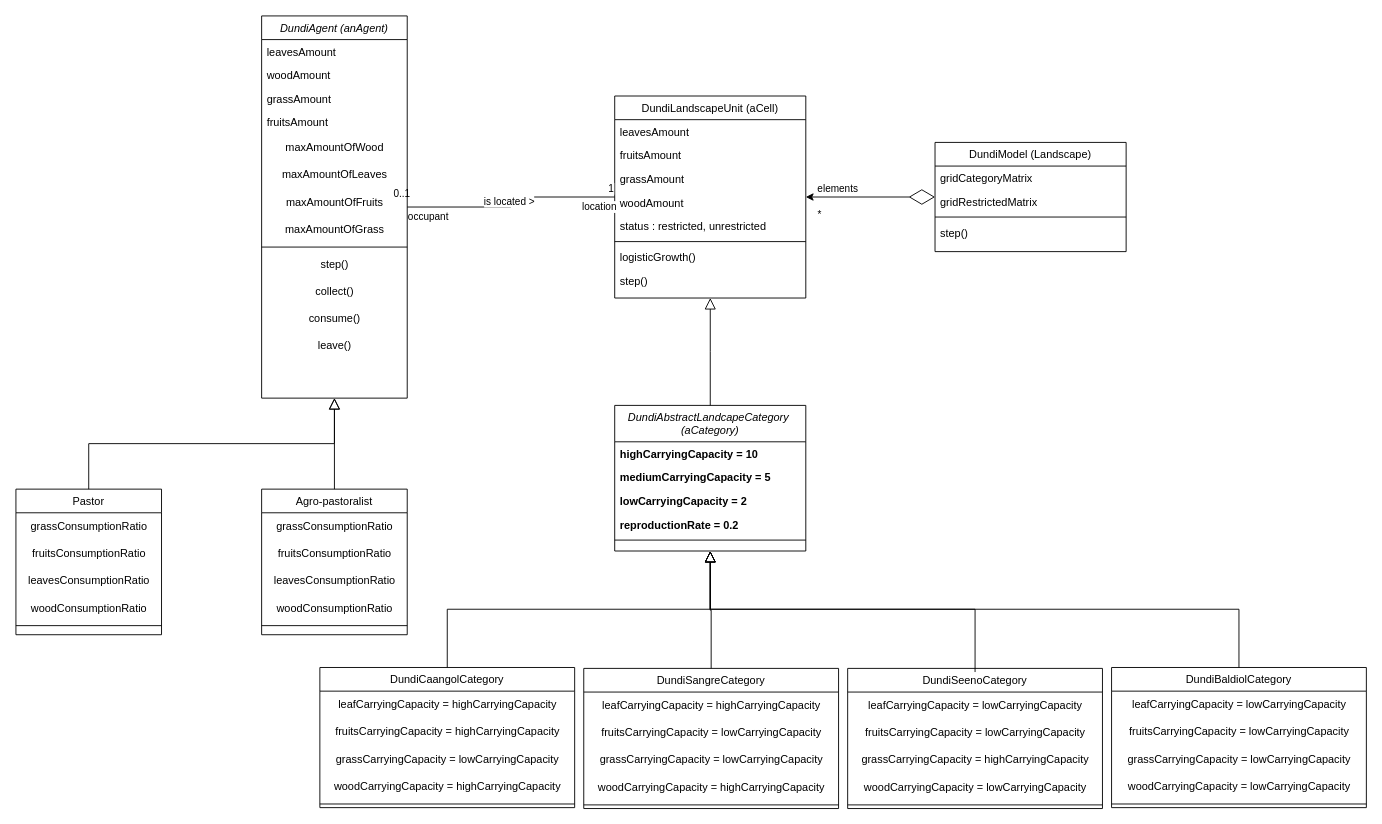
panchovdl/DundiModel keeps this draw.io diagram as page "Page-1" (1 of 5) of DundiV0.drawio. Above is the earlier version. Source tidied: cells renumbered, new cells numbered last; positions are measured from the earlier drawing's top-left corner, leaving out a move shared by most shapes. Both pictures are drawn from the tidied source at 91%, with x=0, y=0 at pixel (15, 15).
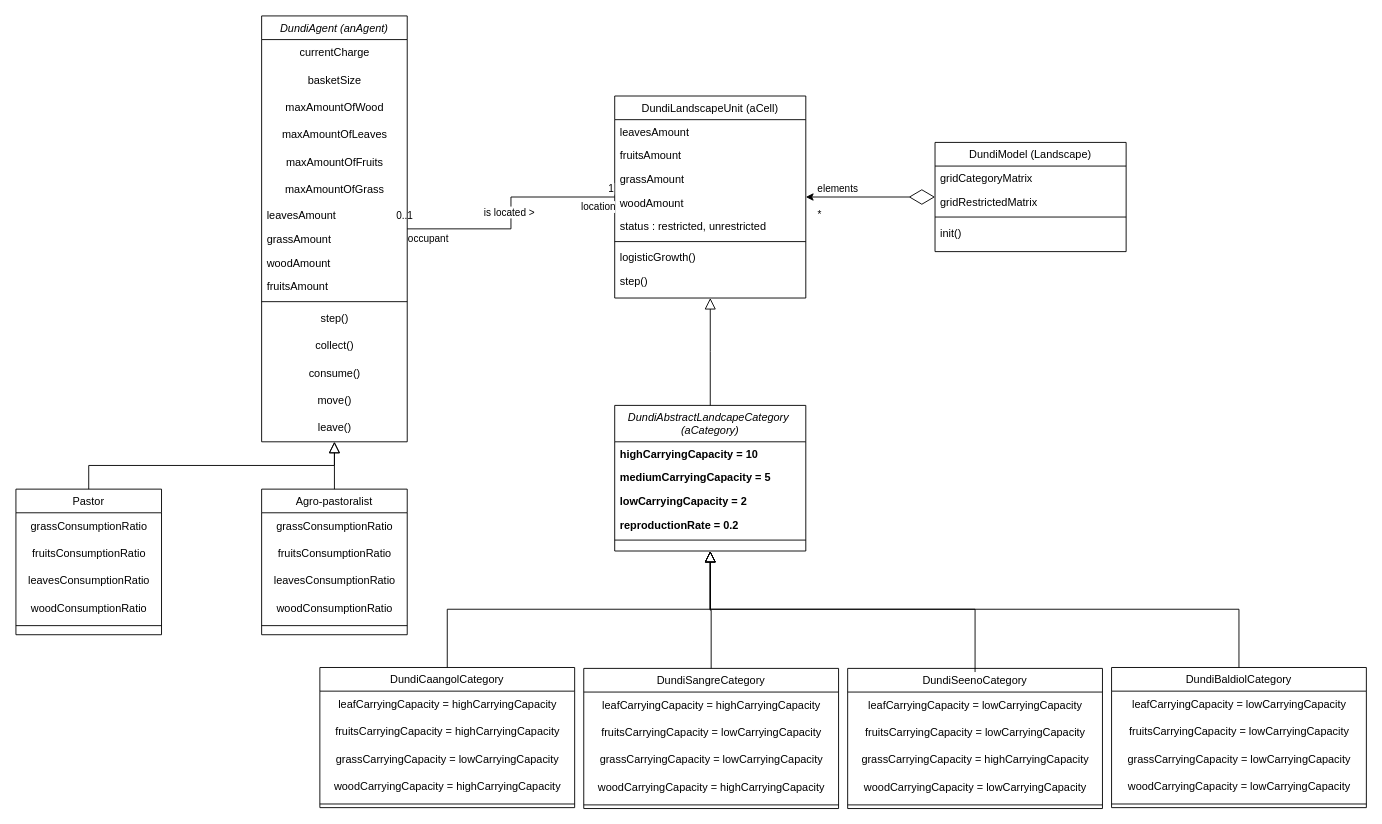
The same page after the edit.

Unchanged cells that the change refers to:
```xml
<mxCell id="62" value="DundiModel (Landscape)" style="swimlane;fontStyle=0;align=center;verticalAlign=top;horizontal=1;startSize=26;rounded=0;shadow=0;strokeWidth=1;" parent="1" vertex="1">
  <mxGeometry x="1010" y="139" width="210" height="120" as="geometry" />
</mxCell>
```

Diff of the diagram source:
```diff
@@
-    <mxCell id="66" value="step()" style="text;align=left;verticalAlign=top;spacingLeft=4;spacingRight=4;overflow=hidden;" parent="62" vertex="1">
+    <mxCell id="66" value="init()" style="text;align=left;verticalAlign=top;spacingLeft=4;spacingRight=4;overflow=hidden;" parent="62" vertex="1">
       <mxGeometry y="86" width="210" height="26" as="geometry" />
     </mxCell>
@@
     <mxCell id="74" value="DundiAgent (anAgent)" style="swimlane;fontStyle=2;align=center;verticalAlign=top;horizontal=1;startSize=26;rounded=0;shadow=0;strokeWidth=1;" parent="1" vertex="1">
-      <mxGeometry x="270" width="160" height="420" as="geometry" />
+      <mxGeometry x="270" width="160" height="468" as="geometry" />
     </mxCell>
-    <mxCell id="75" value="leavesAmount" style="text;align=left;verticalAlign=top;spacingLeft=4;spacingRight=4;overflow=hidden;" parent="74" vertex="1">
-      <mxGeometry y="26" width="160" height="26" as="geometry" />
-    </mxCell>
-    <mxCell id="76" value="woodAmount" style="text;align=left;verticalAlign=top;spacingLeft=4;spacingRight=4;overflow=hidden;" parent="74" vertex="1">
-      <mxGeometry y="52" width="160" height="26" as="geometry" />
-    </mxCell>
-    <mxCell id="77" value="grassAmount" style="text;align=left;verticalAlign=top;spacingLeft=4;spacingRight=4;overflow=hidden;" parent="74" vertex="1">
-      <mxGeometry y="78" width="160" height="26" as="geometry" />
-    </mxCell>
-    <mxCell id="78" value="fruitsAmount" style="text;align=left;verticalAlign=top;spacingLeft=4;spacingRight=4;overflow=hidden;" parent="74" vertex="1">
-      <mxGeometry y="104" width="160" height="26" as="geometry" />
-    </mxCell>
+    <mxCell id="88" value="currentCharge" style="text;html=1;align=center;verticalAlign=middle;strokeColor=none;fillColor=none;" parent="74" vertex="1">
+      <mxGeometry y="26" width="160" height="30" as="geometry" />
+    </mxCell>
+    <mxCell id="89" value="basketSize" style="text;html=1;align=center;verticalAlign=middle;strokeColor=none;fillColor=none;" parent="74" vertex="1">
+      <mxGeometry y="56" width="160" height="30" as="geometry" />
+    </mxCell>
     <mxCell id="79" value="maxAmountOfWood" style="text;html=1;align=center;verticalAlign=middle;strokeColor=none;fillColor=none;" parent="74" vertex="1">
-      <mxGeometry y="130" width="160" height="30" as="geometry" />
+      <mxGeometry y="86" width="160" height="30" as="geometry" />
     </mxCell>
     <mxCell id="80" value="maxAmountOfLeaves" style="text;html=1;align=center;verticalAlign=middle;strokeColor=none;fillColor=none;" parent="74" vertex="1">
-      <mxGeometry y="160" width="160" height="30" as="geometry" />
+      <mxGeometry y="116" width="160" height="30" as="geometry" />
     </mxCell>
     <mxCell id="81" value="maxAmountOfFruits" style="text;html=1;align=center;verticalAlign=middle;strokeColor=none;fillColor=none;" parent="74" vertex="1">
-      <mxGeometry y="190" width="160" height="30" as="geometry" />
+      <mxGeometry y="146" width="160" height="30" as="geometry" />
     </mxCell>
     <mxCell id="82" value="maxAmountOfGrass" style="text;html=1;align=center;verticalAlign=middle;strokeColor=none;fillColor=none;" parent="74" vertex="1">
-      <mxGeometry y="220" width="160" height="30" as="geometry" />
+      <mxGeometry y="176" width="160" height="30" as="geometry" />
     </mxCell>
+    <mxCell id="75" value="leavesAmount" style="text;align=left;verticalAlign=top;spacingLeft=4;spacingRight=4;overflow=hidden;" parent="74" vertex="1">
+      <mxGeometry y="206" width="160" height="26" as="geometry" />
+    </mxCell>
+    <mxCell id="77" value="grassAmount" style="text;align=left;verticalAlign=top;spacingLeft=4;spacingRight=4;overflow=hidden;" parent="74" vertex="1">
+      <mxGeometry y="232" width="160" height="26" as="geometry" />
+    </mxCell>
+    <mxCell id="76" value="woodAmount" style="text;align=left;verticalAlign=top;spacingLeft=4;spacingRight=4;overflow=hidden;" parent="74" vertex="1">
+      <mxGeometry y="258" width="160" height="26" as="geometry" />
+    </mxCell>
+    <mxCell id="78" value="fruitsAmount" style="text;align=left;verticalAlign=top;spacingLeft=4;spacingRight=4;overflow=hidden;" parent="74" vertex="1">
+      <mxGeometry y="284" width="160" height="26" as="geometry" />
+    </mxCell>
     <mxCell id="83" style="line;html=1;strokeWidth=1;align=left;verticalAlign=middle;spacingTop=-1;spacingLeft=3;spacingRight=3;labelPosition=right;" parent="74" vertex="1">
-      <mxGeometry y="250" width="160" height="8" as="geometry" />
+      <mxGeometry y="310" width="160" height="8" as="geometry" />
     </mxCell>
     <mxCell id="84" value="step()" style="text;html=1;align=center;verticalAlign=middle;strokeColor=none;fillColor=none;" parent="74" vertex="1">
-      <mxGeometry y="258" width="160" height="30" as="geometry" />
+      <mxGeometry y="318" width="160" height="30" as="geometry" />
     </mxCell>
     <mxCell id="85" value="&lt;div&gt;collect()&lt;/div&gt;" style="text;html=1;align=center;verticalAlign=middle;strokeColor=none;fillColor=none;" parent="74" vertex="1">
-      <mxGeometry y="288" width="160" height="30" as="geometry" />
+      <mxGeometry y="348" width="160" height="30" as="geometry" />
     </mxCell>
     <mxCell id="86" value="&lt;div&gt;consume()&lt;/div&gt;" style="text;html=1;align=center;verticalAlign=middle;strokeColor=none;fillColor=none;" parent="74" vertex="1">
-      <mxGeometry y="318" width="160" height="30" as="geometry" />
+      <mxGeometry y="378" width="160" height="30" as="geometry" />
     </mxCell>
-    <mxCell id="87" value="&lt;div&gt;leave()&lt;/div&gt;" style="text;html=1;align=center;verticalAlign=middle;strokeColor=none;fillColor=none;" parent="74" vertex="1">
-      <mxGeometry y="348" width="160" height="30" as="geometry" />
+    <mxCell id="87" value="&lt;div&gt;move()&lt;/div&gt;" style="text;html=1;align=center;verticalAlign=middle;strokeColor=none;fillColor=none;" parent="74" vertex="1">
+      <mxGeometry y="408" width="160" height="30" as="geometry" />
     </mxCell>
+    <mxCell id="90" value="&lt;div&gt;leave()&lt;/div&gt;" style="text;html=1;align=center;verticalAlign=middle;strokeColor=none;fillColor=none;" parent="74" vertex="1">
+      <mxGeometry y="438" width="160" height="30" as="geometry" />
+    </mxCell>
```
